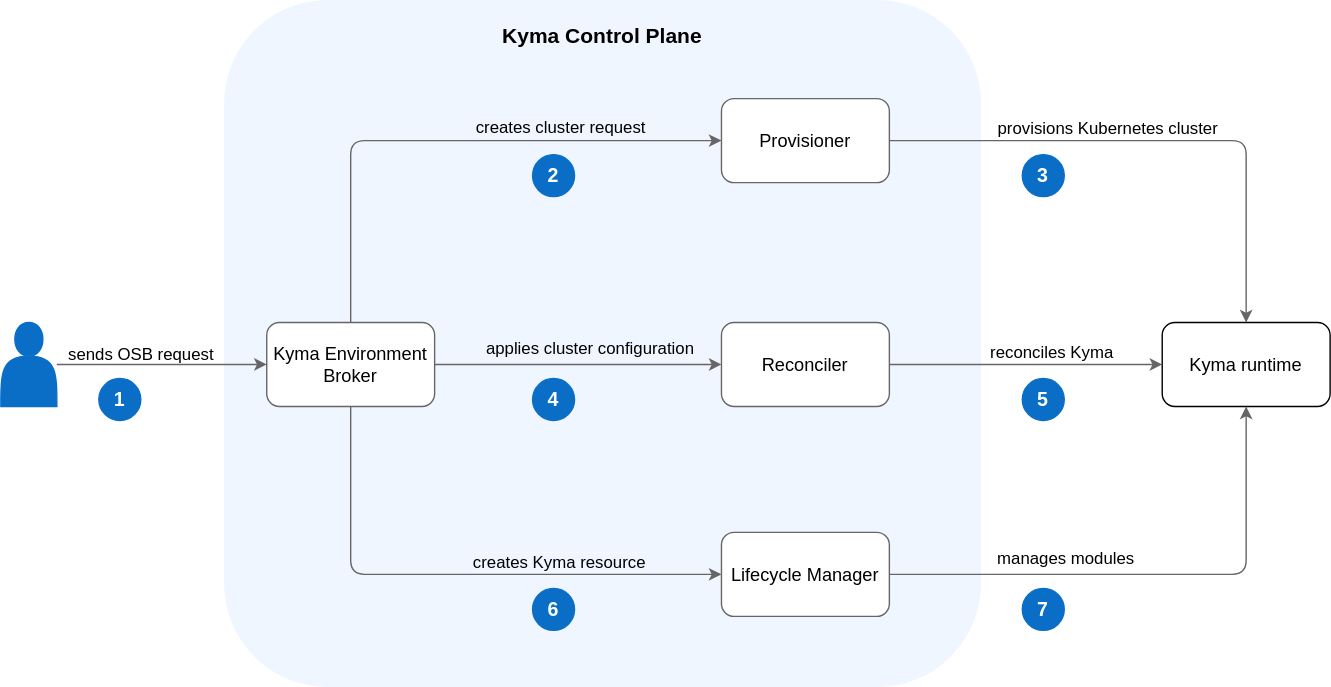
This is docs/assets/keb-arch.svg from ukff/kyma-environment-broker, a draw.io export, as it was before one commit. Source tidied: cells renumbered, new cells last; positions are measured from the earlier drawing's top-left corner, leaving out a move shared by most shapes.
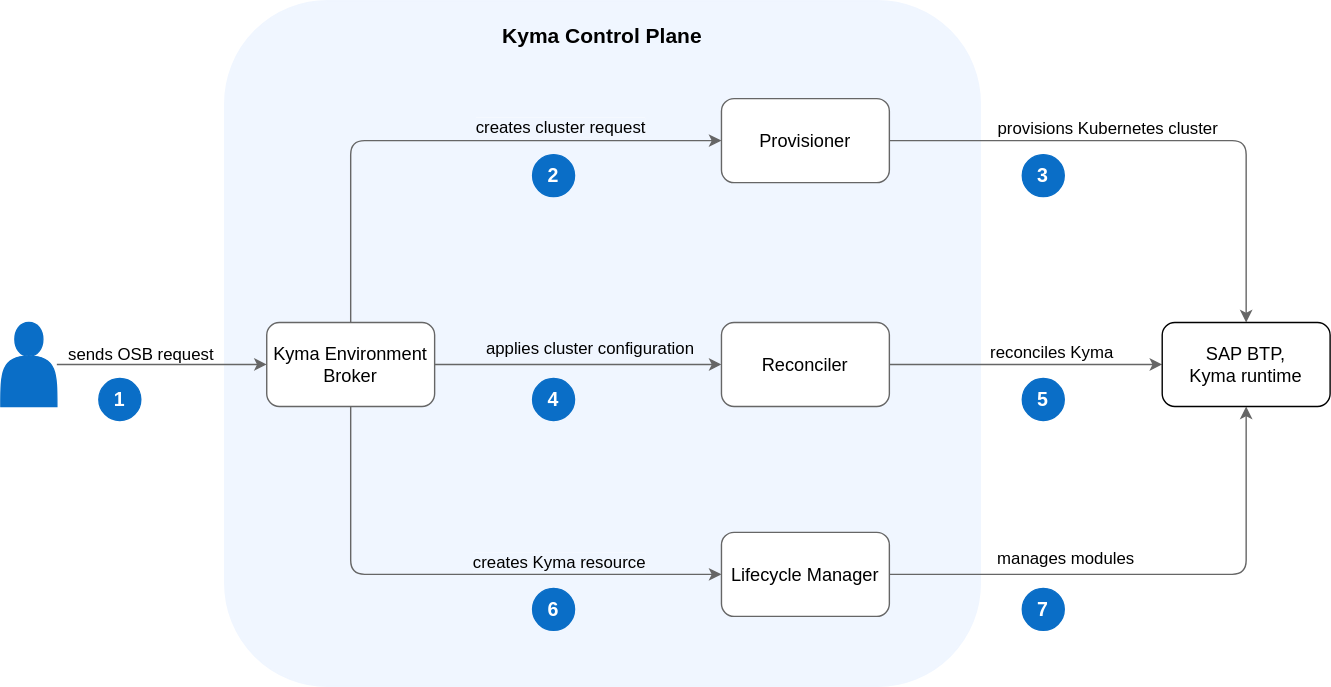
Later version of the same file.

Diff of the diagram source:
```diff
@@ -76,7 +76,7 @@
     <mxCell id="21" style="shape=actor;whiteSpace=wrap;html=1;fillColor=#0a6ec7;strokeColor=#0a6ec7;" parent="1" vertex="1">
       <mxGeometry y="230" width="40" height="60" as="geometry" />
     </mxCell>
-    <mxCell id="22" value="Kyma runtime" style="rounded=1;whiteSpace=wrap;html=1;fontSize=13;" parent="1" vertex="1">
+    <mxCell id="22" value="SAP BTP, &lt;br&gt;Kyma runtime" style="rounded=1;whiteSpace=wrap;html=1;fontSize=13;" parent="1" vertex="1">
       <mxGeometry x="830" y="230" width="120" height="60" as="geometry" />
     </mxCell>
     <mxCell id="23" value="&lt;font color=&quot;#ffffff&quot; size=&quot;1&quot;&gt;&lt;b style=&quot;font-size: 14px;&quot;&gt;1&lt;/b&gt;&lt;/font&gt;" style="ellipse;whiteSpace=wrap;html=1;fontSize=12;fillColor=#0a6ec7;strokeColor=#0a6ec7;" parent="1" vertex="1">
```
